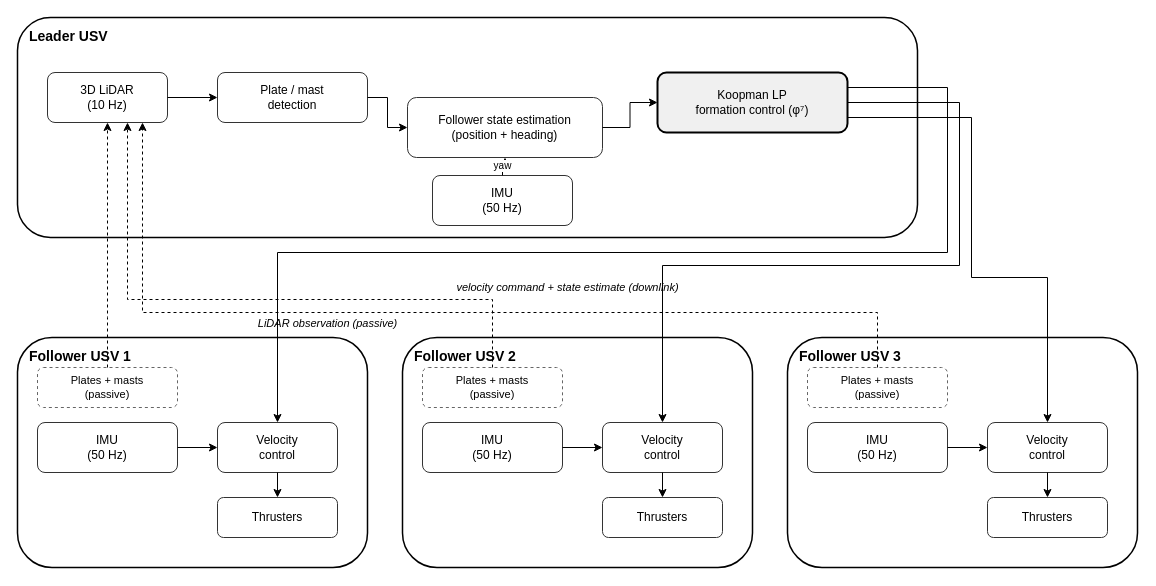
yuuu1121/GTBOT keeps this draw.io diagram as IEEE-conference-template-062824/fig/system_architecture.drawio. Above is the earlier version. Source tidied: cells renumbered, new cells numbered last; positions are measured from the earlier drawing's top-left corner, leaving out a move shared by most shapes. Both pictures are drawn from the tidied source at 100%, with x=0, y=0 at pixel (17, 17).
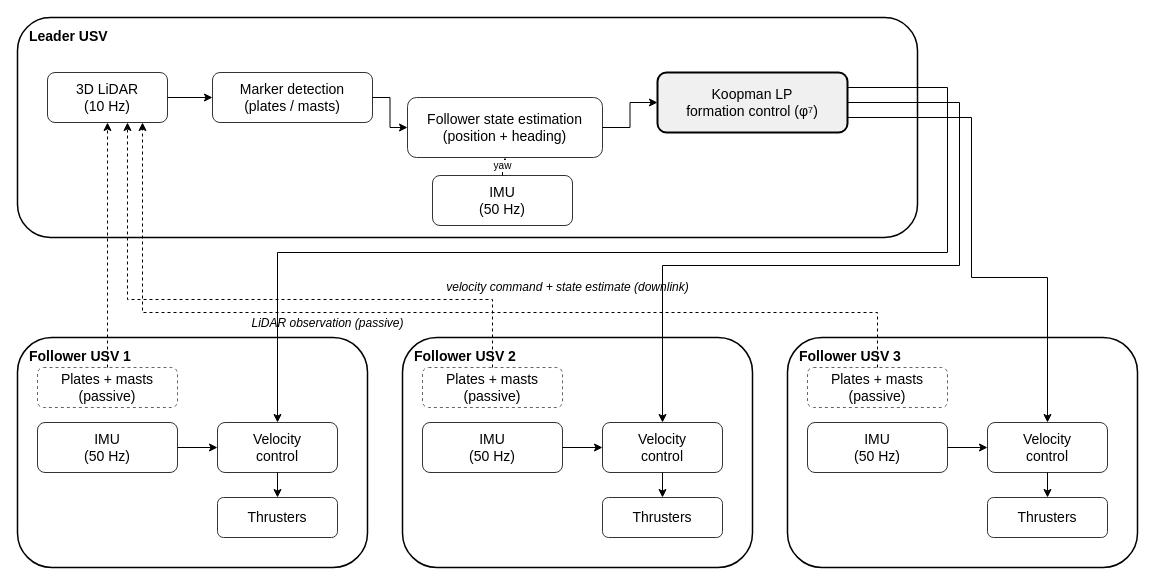
The same page after the edit.

Commit message (it also covers changes not shown here):
draft(ut27): 아키텍처 그림 — Marker detection(plates/masts)로 명명, 블록 폰트 14

Claude-Session: https://claude.ai/code/session_019qNLAuEkV57fTxt2qoVVH8

Change to the diagram source:
```diff
@@
-    <mxCell id="3" value="3D LiDAR&lt;br&gt;(10 Hz)" style="rounded=1;whiteSpace=wrap;html=1;fillColor=#ffffff;strokeColor=#333333;fontSize=12;" parent="1" vertex="1">
+    <mxCell id="3" value="3D LiDAR&lt;br&gt;(10 Hz)" style="rounded=1;whiteSpace=wrap;html=1;fillColor=#ffffff;strokeColor=#333333;fontSize=14;" parent="1" vertex="1">
       <mxGeometry x="30" y="55" width="120" height="50" as="geometry" />
     </mxCell>
-    <mxCell id="4" value="Plate / mast&lt;br&gt;detection" style="rounded=1;whiteSpace=wrap;html=1;fillColor=#ffffff;strokeColor=#333333;fontSize=12;" parent="1" vertex="1">
-      <mxGeometry x="200" y="55" width="150" height="50" as="geometry" />
+    <mxCell id="4" value="Marker detection&lt;br&gt;(plates / masts)" style="rounded=1;whiteSpace=wrap;html=1;fillColor=#ffffff;strokeColor=#333333;fontSize=14;" parent="1" vertex="1">
+      <mxGeometry x="195" y="55" width="160" height="50" as="geometry" />
     </mxCell>
-    <mxCell id="5" value="IMU&lt;br&gt;(50 Hz)" style="rounded=1;whiteSpace=wrap;html=1;fillColor=#ffffff;strokeColor=#333333;fontSize=12;" parent="1" vertex="1">
+    <mxCell id="5" value="IMU&lt;br&gt;(50 Hz)" style="rounded=1;whiteSpace=wrap;html=1;fillColor=#ffffff;strokeColor=#333333;fontSize=14;" parent="1" vertex="1">
       <mxGeometry x="415" y="158" width="140" height="50" as="geometry" />
     </mxCell>
-    <mxCell id="6" value="Follower state estimation&lt;br&gt;(position + heading)" style="rounded=1;whiteSpace=wrap;html=1;fillColor=#ffffff;strokeColor=#333333;fontSize=12;" parent="1" vertex="1">
+    <mxCell id="6" value="Follower state estimation&lt;br&gt;(position + heading)" style="rounded=1;whiteSpace=wrap;html=1;fillColor=#ffffff;strokeColor=#333333;fontSize=14;" parent="1" vertex="1">
       <mxGeometry x="390" y="80" width="195" height="60" as="geometry" />
     </mxCell>
-    <mxCell id="7" value="Koopman LP&lt;br&gt;formation control (φ⁷)" style="rounded=1;whiteSpace=wrap;html=1;fillColor=#f0f0f0;strokeColor=#000000;strokeWidth=2;fontSize=12;" parent="1" vertex="1">
+    <mxCell id="7" value="Koopman LP&lt;br&gt;formation control (φ⁷)" style="rounded=1;whiteSpace=wrap;html=1;fillColor=#f0f0f0;strokeColor=#000000;strokeWidth=2;fontSize=14;" parent="1" vertex="1">
       <mxGeometry x="640" y="55" width="190" height="60" as="geometry" />
     </mxCell>
@@
-    <mxCell id="9" value="Plates + masts&lt;br&gt;(passive)" style="rounded=1;whiteSpace=wrap;html=1;fillColor=#ffffff;strokeColor=#666666;dashed=1;fontSize=11;" parent="1" vertex="1">
+    <mxCell id="9" value="Plates + masts&lt;br&gt;(passive)" style="rounded=1;whiteSpace=wrap;html=1;fillColor=#ffffff;strokeColor=#666666;dashed=1;fontSize=14;" parent="1" vertex="1">
       <mxGeometry x="20" y="350" width="140" height="40" as="geometry" />
     </mxCell>
-    <mxCell id="10" value="IMU&lt;br&gt;(50 Hz)" style="rounded=1;whiteSpace=wrap;html=1;fillColor=#ffffff;strokeColor=#333333;fontSize=12;" parent="1" vertex="1">
+    <mxCell id="10" value="IMU&lt;br&gt;(50 Hz)" style="rounded=1;whiteSpace=wrap;html=1;fillColor=#ffffff;strokeColor=#333333;fontSize=14;" parent="1" vertex="1">
       <mxGeometry x="20" y="405" width="140" height="50" as="geometry" />
     </mxCell>
-    <mxCell id="11" value="Velocity&lt;br&gt;control" style="rounded=1;whiteSpace=wrap;html=1;fillColor=#ffffff;strokeColor=#333333;fontSize=12;" parent="1" vertex="1">
+    <mxCell id="11" value="Velocity&lt;br&gt;control" style="rounded=1;whiteSpace=wrap;html=1;fillColor=#ffffff;strokeColor=#333333;fontSize=14;" parent="1" vertex="1">
       <mxGeometry x="200" y="405" width="120" height="50" as="geometry" />
     </mxCell>
-    <mxCell id="12" value="Thrusters" style="rounded=1;whiteSpace=wrap;html=1;fillColor=#ffffff;strokeColor=#333333;fontSize=12;" parent="1" vertex="1">
+    <mxCell id="12" value="Thrusters" style="rounded=1;whiteSpace=wrap;html=1;fillColor=#ffffff;strokeColor=#333333;fontSize=14;" parent="1" vertex="1">
       <mxGeometry x="200" y="480" width="120" height="40" as="geometry" />
     </mxCell>
@@
-    <mxCell id="14" value="Plates + masts&lt;br&gt;(passive)" style="rounded=1;whiteSpace=wrap;html=1;fillColor=#ffffff;strokeColor=#666666;dashed=1;fontSize=11;" parent="1" vertex="1">
+    <mxCell id="14" value="Plates + masts&lt;br&gt;(passive)" style="rounded=1;whiteSpace=wrap;html=1;fillColor=#ffffff;strokeColor=#666666;dashed=1;fontSize=14;" parent="1" vertex="1">
       <mxGeometry x="405" y="350" width="140" height="40" as="geometry" />
     </mxCell>
-    <mxCell id="15" value="IMU&lt;br&gt;(50 Hz)" style="rounded=1;whiteSpace=wrap;html=1;fillColor=#ffffff;strokeColor=#333333;fontSize=12;" parent="1" vertex="1">
+    <mxCell id="15" value="IMU&lt;br&gt;(50 Hz)" style="rounded=1;whiteSpace=wrap;html=1;fillColor=#ffffff;strokeColor=#333333;fontSize=14;" parent="1" vertex="1">
       <mxGeometry x="405" y="405" width="140" height="50" as="geometry" />
     </mxCell>
-    <mxCell id="16" value="Velocity&lt;br&gt;control" style="rounded=1;whiteSpace=wrap;html=1;fillColor=#ffffff;strokeColor=#333333;fontSize=12;" parent="1" vertex="1">
+    <mxCell id="16" value="Velocity&lt;br&gt;control" style="rounded=1;whiteSpace=wrap;html=1;fillColor=#ffffff;strokeColor=#333333;fontSize=14;" parent="1" vertex="1">
       <mxGeometry x="585" y="405" width="120" height="50" as="geometry" />
     </mxCell>
-    <mxCell id="17" value="Thrusters" style="rounded=1;whiteSpace=wrap;html=1;fillColor=#ffffff;strokeColor=#333333;fontSize=12;" parent="1" vertex="1">
+    <mxCell id="17" value="Thrusters" style="rounded=1;whiteSpace=wrap;html=1;fillColor=#ffffff;strokeColor=#333333;fontSize=14;" parent="1" vertex="1">
       <mxGeometry x="585" y="480" width="120" height="40" as="geometry" />
     </mxCell>
@@
-    <mxCell id="19" value="Plates + masts&lt;br&gt;(passive)" style="rounded=1;whiteSpace=wrap;html=1;fillColor=#ffffff;strokeColor=#666666;dashed=1;fontSize=11;" parent="1" vertex="1">
+    <mxCell id="19" value="Plates + masts&lt;br&gt;(passive)" style="rounded=1;whiteSpace=wrap;html=1;fillColor=#ffffff;strokeColor=#666666;dashed=1;fontSize=14;" parent="1" vertex="1">
       <mxGeometry x="790" y="350" width="140" height="40" as="geometry" />
     </mxCell>
-    <mxCell id="20" value="IMU&lt;br&gt;(50 Hz)" style="rounded=1;whiteSpace=wrap;html=1;fillColor=#ffffff;strokeColor=#333333;fontSize=12;" parent="1" vertex="1">
+    <mxCell id="20" value="IMU&lt;br&gt;(50 Hz)" style="rounded=1;whiteSpace=wrap;html=1;fillColor=#ffffff;strokeColor=#333333;fontSize=14;" parent="1" vertex="1">
       <mxGeometry x="790" y="405" width="140" height="50" as="geometry" />
     </mxCell>
-    <mxCell id="21" value="Velocity&lt;br&gt;control" style="rounded=1;whiteSpace=wrap;html=1;fillColor=#ffffff;strokeColor=#333333;fontSize=12;" parent="1" vertex="1">
+    <mxCell id="21" value="Velocity&lt;br&gt;control" style="rounded=1;whiteSpace=wrap;html=1;fillColor=#ffffff;strokeColor=#333333;fontSize=14;" parent="1" vertex="1">
       <mxGeometry x="970" y="405" width="120" height="50" as="geometry" />
     </mxCell>
-    <mxCell id="22" value="Thrusters" style="rounded=1;whiteSpace=wrap;html=1;fillColor=#ffffff;strokeColor=#333333;fontSize=12;" parent="1" vertex="1">
+    <mxCell id="22" value="Thrusters" style="rounded=1;whiteSpace=wrap;html=1;fillColor=#ffffff;strokeColor=#333333;fontSize=14;" parent="1" vertex="1">
       <mxGeometry x="970" y="480" width="120" height="40" as="geometry" />
     </mxCell>
-    <mxCell id="23" value="velocity command + state estimate (downlink)" style="text;html=1;align=center;verticalAlign=middle;fontSize=11;fontStyle=2;" parent="1" vertex="1">
+    <mxCell id="23" value="velocity command + state estimate (downlink)" style="text;html=1;align=center;verticalAlign=middle;fontSize=11;fontStyle=2;fontSize=12;" parent="1" vertex="1">
       <mxGeometry x="390" y="262" width="320" height="16" as="geometry" />
     </mxCell>
-    <mxCell id="24" value="LiDAR observation (passive)" style="text;html=1;align=center;verticalAlign=middle;fontSize=11;fontStyle=2;" parent="1" vertex="1">
+    <mxCell id="24" value="LiDAR observation (passive)" style="text;html=1;align=center;verticalAlign=middle;fontSize=11;fontStyle=2;fontSize=12;" parent="1" vertex="1">
       <mxGeometry x="200" y="298" width="220" height="16" as="geometry" />
     </mxCell>
```
